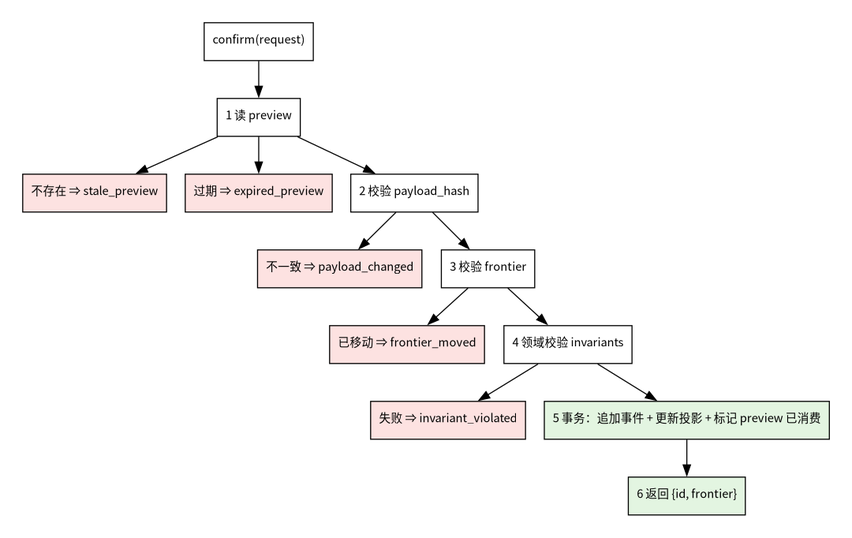
Above: design/diagrams/p3-two-phase-pad.png in raitpor/dsh-software-dev-office (Graphviz), before the change. Its source is kept beside it as design/diagrams/p3-two-phase-pad.dot.
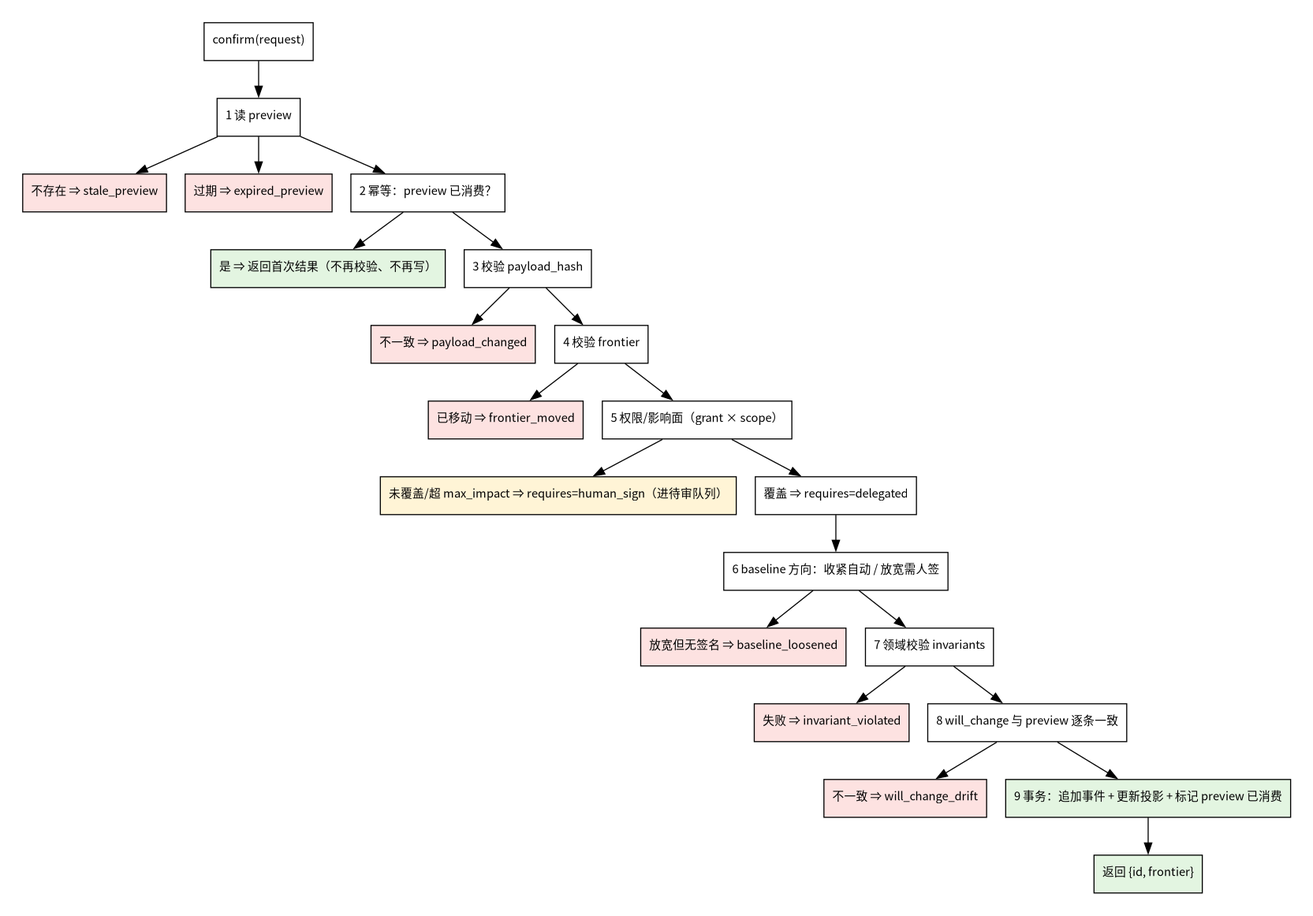
The same diagram one commit later.

Change to the diagram source:
```diff
@@ -8,17 +8,32 @@
 s1 [shape=box, label="1 读 preview"];
 s1a [shape=box, style=filled, fillcolor="#fde2e1", label="不存在 ⇒ stale_preview"];
 s1b [shape=box, style=filled, fillcolor="#fde2e1", label="过期 ⇒ expired_preview"];
-s2 [shape=box, label="2 校验 payload_hash"];
+s52 [shape=box, label="2 幂等：preview 已消费？"];
+s52a [shape=box, style=filled, fillcolor="#e3f5e1", label="是 ⇒ 返回首次结果（不再校验、不再写）"];
+s2 [shape=box, label="3 校验 payload_hash"];
 s2a [shape=box, style=filled, fillcolor="#fde2e1", label="不一致 ⇒ payload_changed"];
-s3 [shape=box, label="3 校验 frontier"];
+s3 [shape=box, label="4 校验 frontier"];
 s3a [shape=box, style=filled, fillcolor="#fde2e1", label="已移动 ⇒ frontier_moved"];
-s4 [shape=box, label="4 领域校验 invariants"];
+s3g [shape=box, label="5 权限/影响面（grant × scope）"];
+s3ga [shape=box, style=filled, fillcolor="#fff4d6", label="未覆盖/超 max_impact ⇒ requires=human_sign（进待审队列）"];
+s3gb [shape=box, label="覆盖 ⇒ requires=delegated"];
+s35 [shape=box, label="6 baseline 方向：收紧自动 / 放宽需人签"];
+s35a [shape=box, style=filled, fillcolor="#fde2e1", label="放宽但无签名 ⇒ baseline_loosened"];
+s4 [shape=box, label="7 领域校验 invariants"];
 s4a [shape=box, style=filled, fillcolor="#fde2e1", label="失败 ⇒ invariant_violated"];
-s5 [shape=box, style=filled, fillcolor="#e3f5e1", label="5 事务：追加事件 + 更新投影 + 标记 preview 已消费"];
-s6 [shape=box, style=filled, fillcolor="#e3f5e1", label="6 返回 {id, frontier}"];
-root -> s1; s1 -> s1a; s1 -> s1b; s1 -> s2;
+s51 [shape=box, label="8 will_change 与 preview 逐条一致"];
+s51a [shape=box, style=filled, fillcolor="#fde2e1", label="不一致 ⇒ will_change_drift"];
+s5 [shape=box, style=filled, fillcolor="#e3f5e1", label="9 事务：追加事件 + 更新投影 + 标记 preview 已消费"];
+s6 [shape=box, style=filled, fillcolor="#e3f5e1", label="返回 {id, frontier}"];
+root -> s1;
+s1 -> s1a; s1 -> s1b; s1 -> s52;
+s52 -> s52a; s52 -> s2;
 s2 -> s2a; s2 -> s3;
-s3 -> s3a; s3 -> s4;
-s4 -> s4a; s4 -> s5; s5 -> s6;
+s3 -> s3a; s3 -> s3g;
+s3g -> s3ga; s3g -> s3gb; s3gb -> s35;
+s35 -> s35a; s35 -> s4;
+s4 -> s4a; s4 -> s51;
+s51 -> s51a; s51 -> s5;
+s5 -> s6;
 
 }
```
